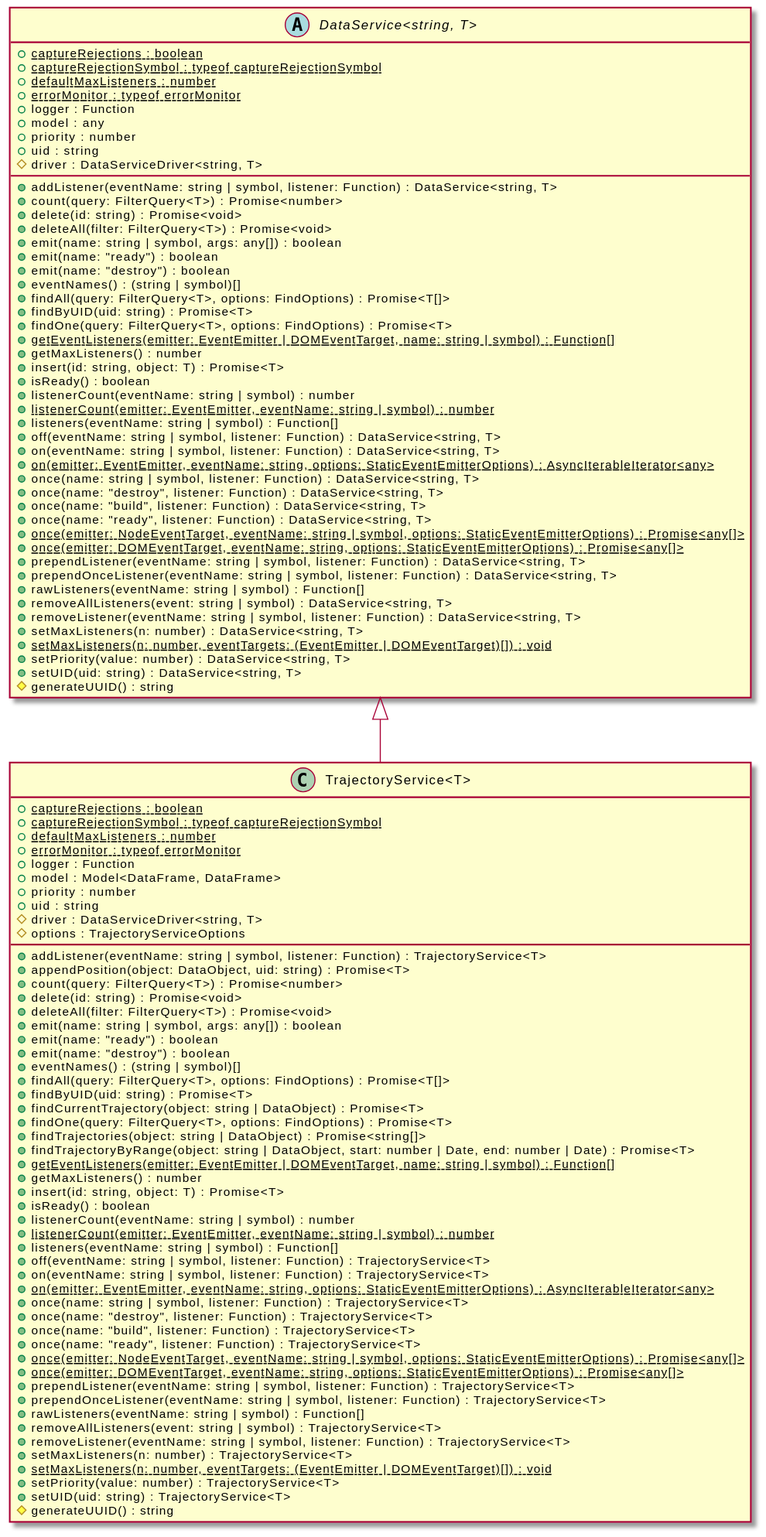
Before: assets/TrajectoryService-umlClassDiagram-7651.svg, a diagram exported from PlantUML (OpenHPS/openhps-core). Source of this version:
```plantuml
@startuml
skinparam BackgroundColor transparent
hide empty methods
hide empty fields
class "TrajectoryService<T>" {
    {static} +captureRejections : boolean
    {static} +captureRejectionSymbol : typeof captureRejectionSymbol
    {static} +defaultMaxListeners : number
    {static} +errorMonitor : typeof errorMonitor
    +logger : Function
    +model : Model<DataFrame, DataFrame>
    +priority : number
    +uid : string
    #driver : DataServiceDriver<string, T>
    #options : TrajectoryServiceOptions
    +addListener(eventName: string | symbol, listener: Function) : TrajectoryService<T>
    +appendPosition(object: DataObject, uid: string) : Promise<T>
    +count(query: FilterQuery<T>) : Promise<number>
    +delete(id: string) : Promise<void>
    +deleteAll(filter: FilterQuery<T>) : Promise<void>
    +emit(name: string | symbol, args: any[]) : boolean
    +emit(name: "ready") : boolean
    +emit(name: "destroy") : boolean
    +eventNames() : (string | symbol)[]
    +findAll(query: FilterQuery<T>, options: FindOptions) : Promise<T[]>
    +findByUID(uid: string) : Promise<T>
    +findCurrentTrajectory(object: string | DataObject) : Promise<T>
    +findOne(query: FilterQuery<T>, options: FindOptions) : Promise<T>
    +findTrajectories(object: string | DataObject) : Promise<string[]>
    +findTrajectoryByRange(object: string | DataObject, start: number | Date, end: number | Date) : Promise<T>
    {static} +getEventListeners(emitter: EventEmitter | DOMEventTarget, name: string | symbol) : Function[]
    +getMaxListeners() : number
    +insert(id: string, object: T) : Promise<T>
    +isReady() : boolean
    +listenerCount(eventName: string | symbol) : number
    {static} +listenerCount(emitter: EventEmitter, eventName: string | symbol) : number
    +listeners(eventName: string | symbol) : Function[]
    +off(eventName: string | symbol, listener: Function) : TrajectoryService<T>
    +on(eventName: string | symbol, listener: Function) : TrajectoryService<T>
    {static} +on(emitter: EventEmitter, eventName: string, options: StaticEventEmitterOptions) : AsyncIterableIterator<any>
    +once(name: string | symbol, listener: Function) : TrajectoryService<T>
    +once(name: "destroy", listener: Function) : TrajectoryService<T>
    +once(name: "build", listener: Function) : TrajectoryService<T>
    +once(name: "ready", listener: Function) : TrajectoryService<T>
    {static} +once(emitter: NodeEventTarget, eventName: string | symbol, options: StaticEventEmitterOptions) : Promise<any[]>
    {static} +once(emitter: DOMEventTarget, eventName: string, options: StaticEventEmitterOptions) : Promise<any[]>
    +prependListener(eventName: string | symbol, listener: Function) : TrajectoryService<T>
    +prependOnceListener(eventName: string | symbol, listener: Function) : TrajectoryService<T>
    +rawListeners(eventName: string | symbol) : Function[]
    +removeAllListeners(event: string | symbol) : TrajectoryService<T>
    +removeListener(eventName: string | symbol, listener: Function) : TrajectoryService<T>
    +setMaxListeners(n: number) : TrajectoryService<T>
    {static} +setMaxListeners(n: number, eventTargets: (EventEmitter | DOMEventTarget)[]) : void
    +setPriority(value: number) : TrajectoryService<T>
    +setUID(uid: string) : TrajectoryService<T>
    #generateUUID() : string
}
abstract class "DataService<string, T>" {
    {static} +captureRejections : boolean
    {static} +captureRejectionSymbol : typeof captureRejectionSymbol
    {static} +defaultMaxListeners : number
    {static} +errorMonitor : typeof errorMonitor
    +logger : Function
    +model : any
    +priority : number
    +uid : string
    #driver : DataServiceDriver<string, T>
    +addListener(eventName: string | symbol, listener: Function) : DataService<string, T>
    +count(query: FilterQuery<T>) : Promise<number>
    +delete(id: string) : Promise<void>
    +deleteAll(filter: FilterQuery<T>) : Promise<void>
    +emit(name: string | symbol, args: any[]) : boolean
    +emit(name: "ready") : boolean
    +emit(name: "destroy") : boolean
    +eventNames() : (string | symbol)[]
    +findAll(query: FilterQuery<T>, options: FindOptions) : Promise<T[]>
    +findByUID(uid: string) : Promise<T>
    +findOne(query: FilterQuery<T>, options: FindOptions) : Promise<T>
    {static} +getEventListeners(emitter: EventEmitter | DOMEventTarget, name: string | symbol) : Function[]
    +getMaxListeners() : number
    +insert(id: string, object: T) : Promise<T>
    +isReady() : boolean
    +listenerCount(eventName: string | symbol) : number
    {static} +listenerCount(emitter: EventEmitter, eventName: string | symbol) : number
    +listeners(eventName: string | symbol) : Function[]
    +off(eventName: string | symbol, listener: Function) : DataService<string, T>
    +on(eventName: string | symbol, listener: Function) : DataService<string, T>
    {static} +on(emitter: EventEmitter, eventName: string, options: StaticEventEmitterOptions) : AsyncIterableIterator<any>
    +once(name: string | symbol, listener: Function) : DataService<string, T>
    +once(name: "destroy", listener: Function) : DataService<string, T>
    +once(name: "build", listener: Function) : DataService<string, T>
    +once(name: "ready", listener: Function) : DataService<string, T>
    {static} +once(emitter: NodeEventTarget, eventName: string | symbol, options: StaticEventEmitterOptions) : Promise<any[]>
    {static} +once(emitter: DOMEventTarget, eventName: string, options: StaticEventEmitterOptions) : Promise<any[]>
    +prependListener(eventName: string | symbol, listener: Function) : DataService<string, T>
    +prependOnceListener(eventName: string | symbol, listener: Function) : DataService<string, T>
    +rawListeners(eventName: string | symbol) : Function[]
    +removeAllListeners(event: string | symbol) : DataService<string, T>
    +removeListener(eventName: string | symbol, listener: Function) : DataService<string, T>
    +setMaxListeners(n: number) : DataService<string, T>
    {static} +setMaxListeners(n: number, eventTargets: (EventEmitter | DOMEventTarget)[]) : void
    +setPriority(value: number) : DataService<string, T>
    +setUID(uid: string) : DataService<string, T>
    #generateUUID() : string
}
"DataService<string, T>" <|-- "TrajectoryService<T>"
@enduml
```
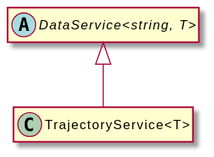
The same diagram one commit later.

The edit, as a diff of the source:
```diff
@@ -3,105 +3,8 @@
 hide empty methods
 hide empty fields
 class "TrajectoryService<T>" {
-    {static} +captureRejections : boolean
-    {static} +captureRejectionSymbol : typeof captureRejectionSymbol
-    {static} +defaultMaxListeners : number
-    {static} +errorMonitor : typeof errorMonitor
-    +logger : Function
-    +model : Model<DataFrame, DataFrame>
-    +priority : number
-    +uid : string
-    #driver : DataServiceDriver<string, T>
-    #options : TrajectoryServiceOptions
-    +addListener(eventName: string | symbol, listener: Function) : TrajectoryService<T>
-    +appendPosition(object: DataObject, uid: string) : Promise<T>
-    +count(query: FilterQuery<T>) : Promise<number>
-    +delete(id: string) : Promise<void>
-    +deleteAll(filter: FilterQuery<T>) : Promise<void>
-    +emit(name: string | symbol, args: any[]) : boolean
-    +emit(name: "ready") : boolean
-    +emit(name: "destroy") : boolean
-    +eventNames() : (string | symbol)[]
-    +findAll(query: FilterQuery<T>, options: FindOptions) : Promise<T[]>
-    +findByUID(uid: string) : Promise<T>
-    +findCurrentTrajectory(object: string | DataObject) : Promise<T>
-    +findOne(query: FilterQuery<T>, options: FindOptions) : Promise<T>
-    +findTrajectories(object: string | DataObject) : Promise<string[]>
-    +findTrajectoryByRange(object: string | DataObject, start: number | Date, end: number | Date) : Promise<T>
-    {static} +getEventListeners(emitter: EventEmitter | DOMEventTarget, name: string | symbol) : Function[]
-    +getMaxListeners() : number
-    +insert(id: string, object: T) : Promise<T>
-    +isReady() : boolean
-    +listenerCount(eventName: string | symbol) : number
-    {static} +listenerCount(emitter: EventEmitter, eventName: string | symbol) : number
-    +listeners(eventName: string | symbol) : Function[]
-    +off(eventName: string | symbol, listener: Function) : TrajectoryService<T>
-    +on(eventName: string | symbol, listener: Function) : TrajectoryService<T>
-    {static} +on(emitter: EventEmitter, eventName: string, options: StaticEventEmitterOptions) : AsyncIterableIterator<any>
-    +once(name: string | symbol, listener: Function) : TrajectoryService<T>
-    +once(name: "destroy", listener: Function) : TrajectoryService<T>
-    +once(name: "build", listener: Function) : TrajectoryService<T>
-    +once(name: "ready", listener: Function) : TrajectoryService<T>
-    {static} +once(emitter: NodeEventTarget, eventName: string | symbol, options: StaticEventEmitterOptions) : Promise<any[]>
-    {static} +once(emitter: DOMEventTarget, eventName: string, options: StaticEventEmitterOptions) : Promise<any[]>
-    +prependListener(eventName: string | symbol, listener: Function) : TrajectoryService<T>
-    +prependOnceListener(eventName: string | symbol, listener: Function) : TrajectoryService<T>
-    +rawListeners(eventName: string | symbol) : Function[]
-    +removeAllListeners(event: string | symbol) : TrajectoryService<T>
-    +removeListener(eventName: string | symbol, listener: Function) : TrajectoryService<T>
-    +setMaxListeners(n: number) : TrajectoryService<T>
-    {static} +setMaxListeners(n: number, eventTargets: (EventEmitter | DOMEventTarget)[]) : void
-    +setPriority(value: number) : TrajectoryService<T>
-    +setUID(uid: string) : TrajectoryService<T>
-    #generateUUID() : string
 }
 abstract class "DataService<string, T>" {
-    {static} +captureRejections : boolean
-    {static} +captureRejectionSymbol : typeof captureRejectionSymbol
-    {static} +defaultMaxListeners : number
-    {static} +errorMonitor : typeof errorMonitor
-    +logger : Function
-    +model : any
-    +priority : number
-    +uid : string
-    #driver : DataServiceDriver<string, T>
-    +addListener(eventName: string | symbol, listener: Function) : DataService<string, T>
-    +count(query: FilterQuery<T>) : Promise<number>
-    +delete(id: string) : Promise<void>
-    +deleteAll(filter: FilterQuery<T>) : Promise<void>
-    +emit(name: string | symbol, args: any[]) : boolean
-    +emit(name: "ready") : boolean
-    +emit(name: "destroy") : boolean
-    +eventNames() : (string | symbol)[]
-    +findAll(query: FilterQuery<T>, options: FindOptions) : Promise<T[]>
-    +findByUID(uid: string) : Promise<T>
-    +findOne(query: FilterQuery<T>, options: FindOptions) : Promise<T>
-    {static} +getEventListeners(emitter: EventEmitter | DOMEventTarget, name: string | symbol) : Function[]
-    +getMaxListeners() : number
-    +insert(id: string, object: T) : Promise<T>
-    +isReady() : boolean
-    +listenerCount(eventName: string | symbol) : number
-    {static} +listenerCount(emitter: EventEmitter, eventName: string | symbol) : number
-    +listeners(eventName: string | symbol) : Function[]
-    +off(eventName: string | symbol, listener: Function) : DataService<string, T>
-    +on(eventName: string | symbol, listener: Function) : DataService<string, T>
-    {static} +on(emitter: EventEmitter, eventName: string, options: StaticEventEmitterOptions) : AsyncIterableIterator<any>
-    +once(name: string | symbol, listener: Function) : DataService<string, T>
-    +once(name: "destroy", listener: Function) : DataService<string, T>
-    +once(name: "build", listener: Function) : DataService<string, T>
-    +once(name: "ready", listener: Function) : DataService<string, T>
-    {static} +once(emitter: NodeEventTarget, eventName: string | symbol, options: StaticEventEmitterOptions) : Promise<any[]>
-    {static} +once(emitter: DOMEventTarget, eventName: string, options: StaticEventEmitterOptions) : Promise<any[]>
-    +prependListener(eventName: string | symbol, listener: Function) : DataService<string, T>
-    +prependOnceListener(eventName: string | symbol, listener: Function) : DataService<string, T>
-    +rawListeners(eventName: string | symbol) : Function[]
-    +removeAllListeners(event: string | symbol) : DataService<string, T>
-    +removeListener(eventName: string | symbol, listener: Function) : DataService<string, T>
-    +setMaxListeners(n: number) : DataService<string, T>
-    {static} +setMaxListeners(n: number, eventTargets: (EventEmitter | DOMEventTarget)[]) : void
-    +setPriority(value: number) : DataService<string, T>
-    +setUID(uid: string) : DataService<string, T>
-    #generateUUID() : string
 }
 "DataService<string, T>" <|-- "TrajectoryService<T>"
 @enduml
```
